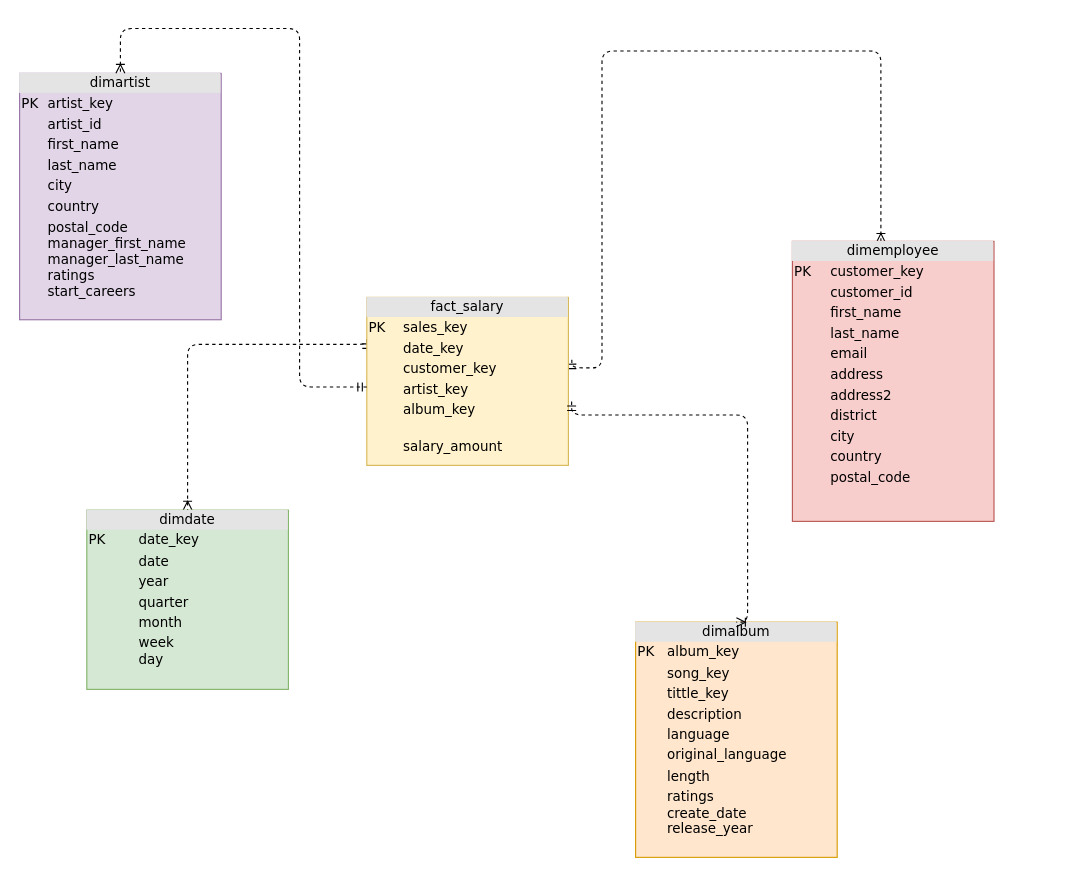
This is HRD Diagram.drawio from atinaanz/atina.schema, a draw.io file, before an edit. Source tidied: cells renumbered, new cells numbered last; positions are measured from the earlier drawing's top-left corner, leaving out a move shared by most shapes. Both pictures are drawn from the tidied source at 112%, with x=0, y=0 at pixel (19, 28).
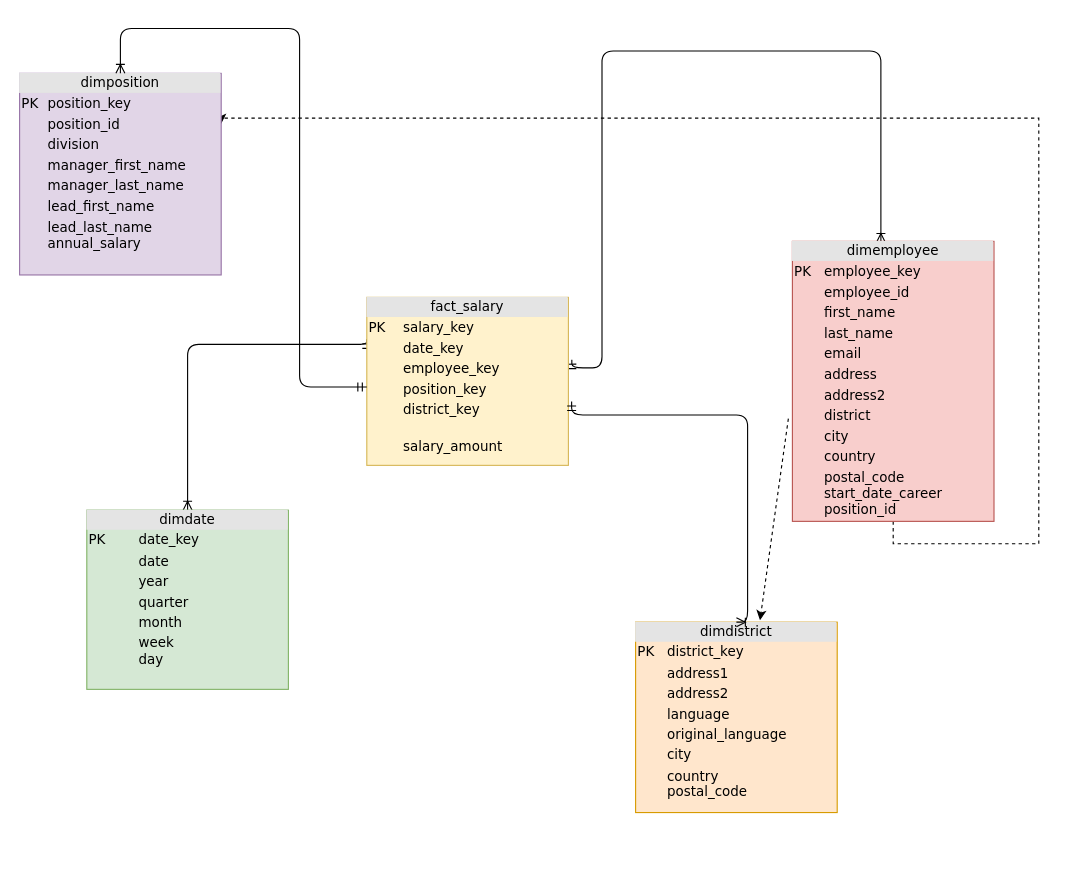
The same page after the edit.

Unchanged cells that the change refers to:
```xml
<mxCell id="7" value="&lt;div style=&quot;text-align: center; box-sizing: border-box; width: 100%; background: rgb(228, 228, 228); padding: 2px;&quot;&gt;dimdate&lt;/div&gt;&lt;table style=&quot;width: 100% ; font-size: 1em&quot; cellpadding=&quot;2&quot; cellspacing=&quot;0&quot;&gt;&lt;tbody&gt;&lt;tr&gt;&lt;td&gt;PK&lt;/td&gt;&lt;td&gt;date_key&lt;/td&gt;&lt;/tr&gt;&lt;tr&gt;&lt;td&gt;&lt;br&gt;&lt;/td&gt;&lt;td&gt;date&lt;/td&gt;&lt;/tr&gt;&lt;tr&gt;&lt;td&gt;&lt;/td&gt;&lt;td&gt;year&lt;/td&gt;&lt;/tr&gt;&lt;tr&gt;&lt;td&gt;&lt;br&gt;&lt;/td&gt;&lt;td&gt;quarter&lt;br&gt;&lt;/td&gt;&lt;/tr&gt;&lt;tr&gt;&lt;td&gt;&lt;br&gt;&lt;/td&gt;&lt;td&gt;month&lt;br&gt;&lt;/td&gt;&lt;/tr&gt;&lt;tr&gt;&lt;td&gt;&lt;br&gt;&lt;/td&gt;&lt;td&gt;week&lt;br&gt;day&lt;br&gt;&lt;/td&gt;&lt;/tr&gt;&lt;/tbody&gt;&lt;/table&gt;" style="verticalAlign=top;align=left;overflow=fill;html=1;rounded=0;shadow=0;comic=0;labelBackgroundColor=none;strokeWidth=1;fontFamily=Verdana;fontSize=12;fillColor=#d5e8d4;strokeColor=#82b366;" parent="1" vertex="1">
  <mxGeometry x="60" y="430" width="180" height="160" as="geometry" />
</mxCell>
```

Diff of the diagram source:
```diff
@@
-    <mxCell id="2" style="edgeStyle=orthogonalEdgeStyle;html=1;dashed=1;labelBackgroundColor=none;startArrow=ERmandOne;endArrow=ERoneToMany;fontFamily=Verdana;fontSize=12;align=left;exitX=1.017;exitY=0.371;exitDx=0;exitDy=0;exitPerimeter=0;entryX=0.439;entryY=0.004;entryDx=0;entryDy=0;entryPerimeter=0;" parent="1" edge="1" source="5" target="6">
+    <mxCell id="2" style="edgeStyle=orthogonalEdgeStyle;html=1;labelBackgroundColor=none;startArrow=ERmandOne;endArrow=ERoneToMany;fontFamily=Verdana;fontSize=12;align=left;exitX=1.017;exitY=0.371;exitDx=0;exitDy=0;exitPerimeter=0;entryX=0.439;entryY=0.004;entryDx=0;entryDy=0;entryPerimeter=0;" parent="1" edge="1" source="5" target="6">
       <mxGeometry relative="1" as="geometry">
         <Array as="points">
           <mxPoint x="520" y="303" />
           <mxPoint x="520" y="20" />
           <mxPoint x="769" y="20" />
         </Array>
       </mxGeometry>
     </mxCell>
-    <mxCell id="3" style="edgeStyle=orthogonalEdgeStyle;html=1;exitX=0;exitY=0.25;entryX=0.5;entryY=0;dashed=1;labelBackgroundColor=none;startArrow=ERmandOne;endArrow=ERoneToMany;fontFamily=Verdana;fontSize=12;align=left;entryDx=0;entryDy=0;exitDx=0;exitDy=0;" parent="1" edge="1" source="5" target="7">
+    <mxCell id="3" style="edgeStyle=orthogonalEdgeStyle;html=1;exitX=0;exitY=0.25;entryX=0.5;entryY=0;labelBackgroundColor=none;startArrow=ERmandOne;endArrow=ERoneToMany;fontFamily=Verdana;fontSize=12;align=left;entryDx=0;entryDy=0;exitDx=0;exitDy=0;" parent="1" edge="1" source="5" target="7">
       <mxGeometry relative="1" as="geometry">
         <Array as="points">
           <mxPoint x="150" y="282" />
         </Array>
       </mxGeometry>
     </mxCell>
-    <mxCell id="4" value="&lt;div style=&quot;text-align: center; box-sizing: border-box; width: 100%; background: rgb(228, 228, 228); padding: 2px;&quot;&gt;dimalbum&lt;/div&gt;&lt;table style=&quot;width: 100% ; font-size: 1em&quot; cellpadding=&quot;2&quot; cellspacing=&quot;0&quot;&gt;&lt;tbody&gt;&lt;tr&gt;&lt;td&gt;PK&lt;/td&gt;&lt;td&gt;album_key&lt;/td&gt;&lt;/tr&gt;&lt;tr&gt;&lt;td&gt;&lt;br&gt;&lt;/td&gt;&lt;td&gt;song_key&lt;br&gt;&lt;/td&gt;&lt;/tr&gt;&lt;tr&gt;&lt;td&gt;&lt;br&gt;&lt;/td&gt;&lt;td&gt;tittle_key&lt;/td&gt;&lt;/tr&gt;&lt;tr&gt;&lt;td&gt;&lt;br&gt;&lt;/td&gt;&lt;td&gt;description&lt;br&gt;&lt;/td&gt;&lt;/tr&gt;&lt;tr&gt;&lt;td&gt;&lt;br&gt;&lt;/td&gt;&lt;td&gt;language&lt;br&gt;&lt;/td&gt;&lt;/tr&gt;&lt;tr&gt;&lt;td&gt;&lt;br&gt;&lt;/td&gt;&lt;td&gt;original_language&lt;br&gt;&lt;/td&gt;&lt;/tr&gt;&lt;tr&gt;&lt;td&gt;&lt;br&gt;&lt;/td&gt;&lt;td&gt;length&lt;br&gt;&lt;/td&gt;&lt;/tr&gt;&lt;tr&gt;&lt;td&gt;&lt;br&gt;&lt;/td&gt;&lt;td&gt;ratings&lt;br&gt;create_date&lt;br&gt;release_year&lt;/td&gt;&lt;/tr&gt;&lt;/tbody&gt;&lt;/table&gt;" style="verticalAlign=top;align=left;overflow=fill;html=1;rounded=0;shadow=0;comic=0;labelBackgroundColor=none;strokeWidth=1;fontFamily=Verdana;fontSize=12;fillColor=#ffe6cc;strokeColor=#d79b00;" parent="1" vertex="1">
-      <mxGeometry x="550" y="530" width="180" height="210" as="geometry" />
+    <mxCell id="4" value="&lt;div style=&quot;text-align: center; box-sizing: border-box; width: 100%; background: rgb(228, 228, 228); padding: 2px;&quot;&gt;dimdistrict&lt;/div&gt;&lt;table style=&quot;width: 100% ; font-size: 1em&quot; cellpadding=&quot;2&quot; cellspacing=&quot;0&quot;&gt;&lt;tbody&gt;&lt;tr&gt;&lt;td&gt;PK&lt;/td&gt;&lt;td&gt;district_key&lt;/td&gt;&lt;/tr&gt;&lt;tr&gt;&lt;td&gt;&lt;br&gt;&lt;/td&gt;&lt;td&gt;address1&lt;br&gt;&lt;/td&gt;&lt;/tr&gt;&lt;tr&gt;&lt;td&gt;&lt;br&gt;&lt;/td&gt;&lt;td&gt;address2&lt;/td&gt;&lt;/tr&gt;&lt;tr&gt;&lt;td&gt;&lt;br&gt;&lt;/td&gt;&lt;td&gt;language&lt;br&gt;&lt;/td&gt;&lt;/tr&gt;&lt;tr&gt;&lt;td&gt;&lt;br&gt;&lt;/td&gt;&lt;td&gt;original_language&lt;br&gt;&lt;/td&gt;&lt;/tr&gt;&lt;tr&gt;&lt;td&gt;&lt;br&gt;&lt;/td&gt;&lt;td&gt;city&lt;br&gt;&lt;/td&gt;&lt;/tr&gt;&lt;tr&gt;&lt;td&gt;&lt;br&gt;&lt;/td&gt;&lt;td&gt;country&lt;br&gt;postal_code&lt;br&gt;&lt;/td&gt;&lt;/tr&gt;&lt;/tbody&gt;&lt;/table&gt;" style="verticalAlign=top;align=left;overflow=fill;html=1;rounded=0;shadow=0;comic=0;labelBackgroundColor=none;strokeWidth=1;fontFamily=Verdana;fontSize=12;fillColor=#ffe6cc;strokeColor=#d79b00;" parent="1" vertex="1">
+      <mxGeometry x="550" y="530" width="180" height="170" as="geometry" />
     </mxCell>
-    <mxCell id="5" value="&lt;div style=&quot;text-align: center; box-sizing: border-box; width: 100%; background: rgb(228, 228, 228); padding: 2px;&quot;&gt;fact_salary&lt;/div&gt;&lt;table style=&quot;width: 100% ; font-size: 1em&quot; cellpadding=&quot;2&quot; cellspacing=&quot;0&quot;&gt;&lt;tbody&gt;&lt;tr&gt;&lt;td&gt;PK&lt;/td&gt;&lt;td&gt;sales_key&lt;br&gt;&lt;/td&gt;&lt;/tr&gt;&lt;tr&gt;&lt;td&gt;&lt;br&gt;&lt;/td&gt;&lt;td&gt;date_key&lt;/td&gt;&lt;/tr&gt;&lt;tr&gt;&lt;td&gt;&lt;br&gt;&lt;/td&gt;&lt;td&gt;customer_key&lt;br&gt;&lt;/td&gt;&lt;/tr&gt;&lt;tr&gt;&lt;td&gt;&lt;br&gt;&lt;/td&gt;&lt;td&gt;artist_key&lt;/td&gt;&lt;/tr&gt;&lt;tr&gt;&lt;td&gt;&lt;br&gt;&lt;/td&gt;&lt;td&gt;album_key&lt;/td&gt;&lt;/tr&gt;&lt;tr&gt;&lt;td&gt;&lt;/td&gt;&lt;td&gt;&lt;br&gt;salary_amount&lt;/td&gt;&lt;/tr&gt;&lt;tr&gt;&lt;td&gt;&lt;/td&gt;&lt;td&gt;&lt;br&gt;&lt;/td&gt;&lt;/tr&gt;&lt;/tbody&gt;&lt;/table&gt;" style="verticalAlign=top;align=left;overflow=fill;html=1;rounded=0;shadow=0;comic=0;labelBackgroundColor=none;strokeWidth=1;fontFamily=Verdana;fontSize=12;fillColor=#fff2cc;strokeColor=#d6b656;" parent="1" vertex="1">
+    <mxCell id="5" value="&lt;div style=&quot;text-align: center; box-sizing: border-box; width: 100%; background: rgb(228, 228, 228); padding: 2px;&quot;&gt;fact_salary&lt;/div&gt;&lt;table style=&quot;width: 100% ; font-size: 1em&quot; cellpadding=&quot;2&quot; cellspacing=&quot;0&quot;&gt;&lt;tbody&gt;&lt;tr&gt;&lt;td&gt;PK&lt;/td&gt;&lt;td&gt;salary_key&lt;br&gt;&lt;/td&gt;&lt;/tr&gt;&lt;tr&gt;&lt;td&gt;&lt;br&gt;&lt;/td&gt;&lt;td&gt;date_key&lt;/td&gt;&lt;/tr&gt;&lt;tr&gt;&lt;td&gt;&lt;br&gt;&lt;/td&gt;&lt;td&gt;employee_key&lt;br&gt;&lt;/td&gt;&lt;/tr&gt;&lt;tr&gt;&lt;td&gt;&lt;br&gt;&lt;/td&gt;&lt;td&gt;position_key&lt;/td&gt;&lt;/tr&gt;&lt;tr&gt;&lt;td&gt;&lt;br&gt;&lt;/td&gt;&lt;td&gt;district_key&lt;/td&gt;&lt;/tr&gt;&lt;tr&gt;&lt;td&gt;&lt;/td&gt;&lt;td&gt;&lt;br&gt;salary_amount&lt;/td&gt;&lt;/tr&gt;&lt;tr&gt;&lt;td&gt;&lt;/td&gt;&lt;td&gt;&lt;br&gt;&lt;/td&gt;&lt;/tr&gt;&lt;/tbody&gt;&lt;/table&gt;" style="verticalAlign=top;align=left;overflow=fill;html=1;rounded=0;shadow=0;comic=0;labelBackgroundColor=none;strokeWidth=1;fontFamily=Verdana;fontSize=12;fillColor=#fff2cc;strokeColor=#d6b656;" parent="1" vertex="1">
       <mxGeometry x="310" y="240" width="180" height="150" as="geometry" />
     </mxCell>
+    <mxCell id="11" style="edgeStyle=orthogonalEdgeStyle;rounded=0;jettySize=auto;html=1;exitX=0.5;exitY=1;exitDx=0;exitDy=0;entryX=1;entryY=0.25;entryDx=0;entryDy=0;dashed=1;" parent="1" edge="1" source="6" target="9">
+      <mxGeometry relative="1" as="geometry">
+        <Array as="points">
+          <mxPoint x="780" y="460" />
+          <mxPoint x="910" y="460" />
+          <mxPoint x="910" y="80" />
+        </Array>
+      </mxGeometry>
+    </mxCell>
-    <mxCell id="6" value="&lt;div style=&quot;text-align: center; box-sizing: border-box; width: 100%; background: rgb(228, 228, 228); padding: 2px;&quot;&gt;dimemployee&lt;/div&gt;&lt;table style=&quot;width: 100% ; font-size: 1em&quot; cellpadding=&quot;2&quot; cellspacing=&quot;0&quot;&gt;&lt;tbody&gt;&lt;tr&gt;&lt;td&gt;PK&lt;/td&gt;&lt;td&gt;customer_key&lt;/td&gt;&lt;/tr&gt;&lt;tr&gt;&lt;td&gt;&lt;/td&gt;&lt;td&gt;customer_id&lt;/td&gt;&lt;/tr&gt;&lt;tr&gt;&lt;td&gt;&lt;br&gt;&lt;/td&gt;&lt;td&gt;first_name&lt;br&gt;&lt;/td&gt;&lt;/tr&gt;&lt;tr&gt;&lt;td&gt;&lt;br&gt;&lt;/td&gt;&lt;td&gt;last_name&lt;br&gt;&lt;/td&gt;&lt;/tr&gt;&lt;tr&gt;&lt;td&gt;&lt;br&gt;&lt;/td&gt;&lt;td&gt;email&lt;br&gt;&lt;/td&gt;&lt;/tr&gt;&lt;tr&gt;&lt;td&gt;&lt;br&gt;&lt;/td&gt;&lt;td&gt;address&lt;br&gt;&lt;/td&gt;&lt;/tr&gt;&lt;tr&gt;&lt;td&gt;&lt;br&gt;&lt;/td&gt;&lt;td&gt;address2&lt;br&gt;&lt;/td&gt;&lt;/tr&gt;&lt;tr&gt;&lt;td&gt;&lt;br&gt;&lt;/td&gt;&lt;td&gt;district&lt;br&gt;&lt;/td&gt;&lt;/tr&gt;&lt;tr&gt;&lt;td&gt;&lt;br&gt;&lt;/td&gt;&lt;td&gt;city&lt;br&gt;&lt;/td&gt;&lt;/tr&gt;&lt;tr&gt;&lt;td&gt;&lt;br&gt;&lt;/td&gt;&lt;td&gt;country&lt;br&gt;&lt;/td&gt;&lt;/tr&gt;&lt;tr&gt;&lt;td&gt;&lt;br&gt;&lt;/td&gt;&lt;td&gt;postal_code&lt;br&gt;&lt;br&gt;&lt;/td&gt;&lt;/tr&gt;&lt;/tbody&gt;&lt;/table&gt;" style="verticalAlign=top;align=left;overflow=fill;html=1;rounded=0;shadow=0;comic=0;labelBackgroundColor=none;strokeWidth=1;fontFamily=Verdana;fontSize=12;fillColor=#f8cecc;strokeColor=#b85450;" parent="1" vertex="1">
+    <mxCell id="6" value="&lt;div style=&quot;text-align: center; box-sizing: border-box; width: 100%; background: rgb(228, 228, 228); padding: 2px;&quot;&gt;dimemployee&lt;/div&gt;&lt;table style=&quot;width: 100% ; font-size: 1em&quot; cellpadding=&quot;2&quot; cellspacing=&quot;0&quot;&gt;&lt;tbody&gt;&lt;tr&gt;&lt;td&gt;PK&lt;/td&gt;&lt;td&gt;employee_key&lt;/td&gt;&lt;/tr&gt;&lt;tr&gt;&lt;td&gt;&lt;/td&gt;&lt;td&gt;employee_id&lt;/td&gt;&lt;/tr&gt;&lt;tr&gt;&lt;td&gt;&lt;br&gt;&lt;/td&gt;&lt;td&gt;first_name&lt;br&gt;&lt;/td&gt;&lt;/tr&gt;&lt;tr&gt;&lt;td&gt;&lt;br&gt;&lt;/td&gt;&lt;td&gt;last_name&lt;br&gt;&lt;/td&gt;&lt;/tr&gt;&lt;tr&gt;&lt;td&gt;&lt;br&gt;&lt;/td&gt;&lt;td&gt;email&lt;br&gt;&lt;/td&gt;&lt;/tr&gt;&lt;tr&gt;&lt;td&gt;&lt;br&gt;&lt;/td&gt;&lt;td&gt;address&lt;br&gt;&lt;/td&gt;&lt;/tr&gt;&lt;tr&gt;&lt;td&gt;&lt;br&gt;&lt;/td&gt;&lt;td&gt;address2&lt;br&gt;&lt;/td&gt;&lt;/tr&gt;&lt;tr&gt;&lt;td&gt;&lt;br&gt;&lt;/td&gt;&lt;td&gt;district&lt;br&gt;&lt;/td&gt;&lt;/tr&gt;&lt;tr&gt;&lt;td&gt;&lt;br&gt;&lt;/td&gt;&lt;td&gt;city&lt;br&gt;&lt;/td&gt;&lt;/tr&gt;&lt;tr&gt;&lt;td&gt;&lt;br&gt;&lt;/td&gt;&lt;td&gt;country&lt;br&gt;&lt;/td&gt;&lt;/tr&gt;&lt;tr&gt;&lt;td&gt;&lt;br&gt;&lt;/td&gt;&lt;td&gt;postal_code&lt;br&gt;start_date_career&lt;br&gt;position_id&lt;/td&gt;&lt;/tr&gt;&lt;/tbody&gt;&lt;/table&gt;" style="verticalAlign=top;align=left;overflow=fill;html=1;rounded=0;shadow=0;comic=0;labelBackgroundColor=none;strokeWidth=1;fontFamily=Verdana;fontSize=12;fillColor=#f8cecc;strokeColor=#b85450;" parent="1" vertex="1">
       <mxGeometry x="690" y="190" width="180" height="250" as="geometry" />
     </mxCell>
@@
-    <mxCell id="8" style="edgeStyle=orthogonalEdgeStyle;html=1;dashed=1;labelBackgroundColor=none;startArrow=ERmandOne;endArrow=ERoneToMany;fontFamily=Verdana;fontSize=12;align=left;exitX=1.016;exitY=0.62;exitDx=0;exitDy=0;exitPerimeter=0;entryX=0.5;entryY=0;entryDx=0;entryDy=0;" parent="1" edge="1" source="5" target="4">
+    <mxCell id="8" style="edgeStyle=orthogonalEdgeStyle;html=1;labelBackgroundColor=none;startArrow=ERmandOne;endArrow=ERoneToMany;fontFamily=Verdana;fontSize=12;align=left;exitX=1.016;exitY=0.62;exitDx=0;exitDy=0;exitPerimeter=0;entryX=0.5;entryY=0;entryDx=0;entryDy=0;" parent="1" edge="1" source="5" target="4">
       <mxGeometry relative="1" as="geometry">
         <Array as="points">
           <mxPoint x="650" y="345" />
           <mxPoint x="650" y="530" />
         </Array>
       </mxGeometry>
     </mxCell>
-    <mxCell id="9" value="&lt;div style=&quot;text-align: center; box-sizing: border-box; width: 100%; background: rgb(228, 228, 228); padding: 2px;&quot;&gt;dimartist&lt;/div&gt;&lt;table style=&quot;width: 100% ; font-size: 1em&quot; cellpadding=&quot;2&quot; cellspacing=&quot;0&quot;&gt;&lt;tbody&gt;&lt;tr&gt;&lt;td&gt;PK&lt;/td&gt;&lt;td&gt;artist_key&lt;/td&gt;&lt;/tr&gt;&lt;tr&gt;&lt;td&gt;&lt;/td&gt;&lt;td&gt;artist_id&lt;/td&gt;&lt;/tr&gt;&lt;tr&gt;&lt;td&gt;&lt;br&gt;&lt;/td&gt;&lt;td&gt;first_name&lt;br&gt;&lt;/td&gt;&lt;/tr&gt;&lt;tr&gt;&lt;td&gt;&lt;br&gt;&lt;/td&gt;&lt;td&gt;last_name&lt;/td&gt;&lt;/tr&gt;&lt;tr&gt;&lt;td&gt;&lt;br&gt;&lt;/td&gt;&lt;td&gt;city&lt;br&gt;&lt;/td&gt;&lt;/tr&gt;&lt;tr&gt;&lt;td&gt;&lt;br&gt;&lt;/td&gt;&lt;td&gt;country&lt;br&gt;&lt;/td&gt;&lt;/tr&gt;&lt;tr&gt;&lt;td&gt;&lt;br&gt;&lt;/td&gt;&lt;td&gt;postal_code&lt;br&gt;manager_first_name&lt;br&gt;manager_last_name&lt;br&gt;ratings&lt;br&gt;start_careers&lt;br&gt;&lt;br&gt;&lt;/td&gt;&lt;/tr&gt;&lt;/tbody&gt;&lt;/table&gt;" style="verticalAlign=top;align=left;overflow=fill;html=1;rounded=0;shadow=0;comic=0;labelBackgroundColor=none;strokeWidth=1;fontFamily=Verdana;fontSize=12;fillColor=#e1d5e7;strokeColor=#9673a6;" parent="1" vertex="1">
-      <mxGeometry y="40" width="180" height="220" as="geometry" />
+    <mxCell id="9" value="&lt;div style=&quot;text-align: center; box-sizing: border-box; width: 100%; background: rgb(228, 228, 228); padding: 2px;&quot;&gt;dimposition&lt;/div&gt;&lt;table style=&quot;width: 100% ; font-size: 1em&quot; cellpadding=&quot;2&quot; cellspacing=&quot;0&quot;&gt;&lt;tbody&gt;&lt;tr&gt;&lt;td&gt;PK&lt;/td&gt;&lt;td&gt;position_key&lt;/td&gt;&lt;/tr&gt;&lt;tr&gt;&lt;td&gt;&lt;/td&gt;&lt;td&gt;position_id&lt;/td&gt;&lt;/tr&gt;&lt;tr&gt;&lt;td&gt;&lt;br&gt;&lt;/td&gt;&lt;td&gt;division&lt;br&gt;&lt;/td&gt;&lt;/tr&gt;&lt;tr&gt;&lt;td&gt;&lt;br&gt;&lt;/td&gt;&lt;td&gt;manager_first_name&lt;/td&gt;&lt;/tr&gt;&lt;tr&gt;&lt;td&gt;&lt;br&gt;&lt;/td&gt;&lt;td&gt;manager_last_name&lt;/td&gt;&lt;/tr&gt;&lt;tr&gt;&lt;td&gt;&lt;br&gt;&lt;/td&gt;&lt;td&gt;lead_first_name&lt;br&gt;&lt;/td&gt;&lt;/tr&gt;&lt;tr&gt;&lt;td&gt;&lt;br&gt;&lt;/td&gt;&lt;td&gt;lead_last_name&lt;br&gt;annual_salary&lt;/td&gt;&lt;/tr&gt;&lt;/tbody&gt;&lt;/table&gt;" style="verticalAlign=top;align=left;overflow=fill;html=1;rounded=0;shadow=0;comic=0;labelBackgroundColor=none;strokeWidth=1;fontFamily=Verdana;fontSize=12;fillColor=#e1d5e7;strokeColor=#9673a6;" parent="1" vertex="1">
+      <mxGeometry y="40" width="180" height="180" as="geometry" />
     </mxCell>
-    <mxCell id="10" style="edgeStyle=orthogonalEdgeStyle;html=1;entryX=0.5;entryY=0;dashed=1;labelBackgroundColor=none;startArrow=ERmandOne;endArrow=ERoneToMany;fontFamily=Verdana;fontSize=12;align=left;entryDx=0;entryDy=0;" parent="1" edge="1" source="5" target="9">
+    <mxCell id="10" style="edgeStyle=orthogonalEdgeStyle;html=1;entryX=0.5;entryY=0;labelBackgroundColor=none;startArrow=ERmandOne;endArrow=ERoneToMany;fontFamily=Verdana;fontSize=12;align=left;entryDx=0;entryDy=0;" parent="1" edge="1" source="5" target="9">
       <mxGeometry relative="1" as="geometry">
         <Array as="points">
           <mxPoint x="250" y="320" />
           <mxPoint x="250" />
           <mxPoint x="90" />
         </Array>
       </mxGeometry>
     </mxCell>
+    <mxCell id="12" style="endArrow=classic;html=1;rounded=0;entryX=0.617;entryY=-0.01;entryDx=0;entryDy=0;entryPerimeter=0;exitX=-0.02;exitY=0.633;exitDx=0;exitDy=0;exitPerimeter=0;dashed=1;" parent="1" edge="1" source="6" target="4">
+      <mxGeometry relative="1" as="geometry" />
+    </mxCell>
```
